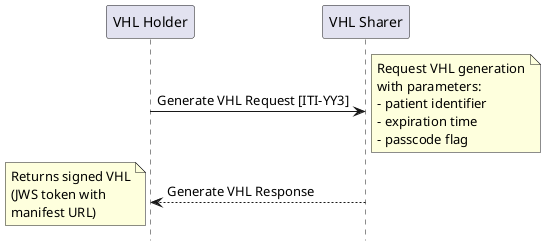
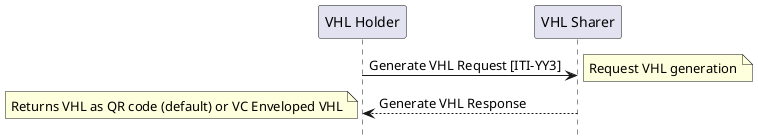
@startuml
skinparam svgDimensionStyle false
hide footbox

participant "VHL Holder" as Holder
participant "VHL Sharer" as Sharer

Holder -> Sharer: Generate VHL Request [ITI-YY3]
note right
  Request VHL generation
-   with parameters:
-   - patient identifier
-   - expiration time
-   - passcode flag
end note

Sharer --> Holder: Generate VHL Response
note left
-   Returns signed VHL
-   (JWS token with
-   manifest URL)
+   Returns VHL as QR code (default) or VC Enveloped VHL
end note

@enduml
